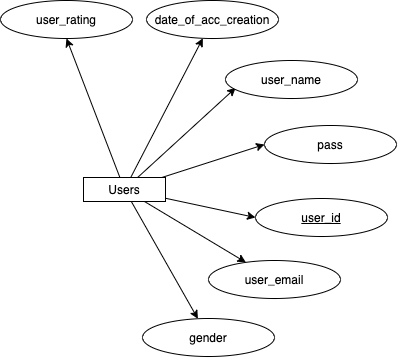
The draw.io diagram ER_diag.png in SiddharthVarshney/progressive-proj, before a commit. Source tidied: cells renumbered, new cells last; positions are measured from the earlier drawing's top-left corner, leaving out a move shared by most shapes.
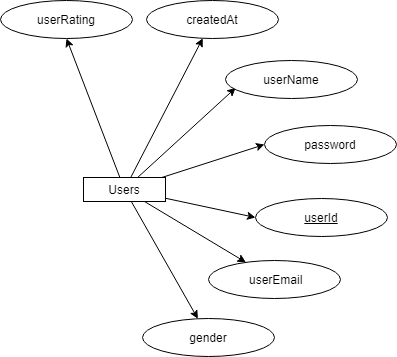
The same diagram one commit later.

What changed in the source:
```diff
@@ -26,25 +26,25 @@
     <mxCell id="9" value="Users" style="rounded=0;whiteSpace=wrap;html=1;" parent="1" vertex="1">
       <mxGeometry x="83" y="177" width="82" height="24" as="geometry" />
     </mxCell>
-    <mxCell id="10" value="user_name" style="ellipse;whiteSpace=wrap;html=1;" parent="1" vertex="1">
+    <mxCell id="10" value="userName" style="ellipse;whiteSpace=wrap;html=1;" parent="1" vertex="1">
       <mxGeometry x="225" y="60" width="132" height="38" as="geometry" />
     </mxCell>
-    <mxCell id="11" value="pass" style="ellipse;whiteSpace=wrap;html=1;" parent="1" vertex="1">
+    <mxCell id="11" value="password" style="ellipse;whiteSpace=wrap;html=1;" parent="1" vertex="1">
       <mxGeometry x="264" y="125" width="132" height="38" as="geometry" />
     </mxCell>
-    <mxCell id="12" value="&lt;u&gt;user_id&lt;/u&gt;" style="ellipse;whiteSpace=wrap;html=1;" parent="1" vertex="1">
+    <mxCell id="12" value="&lt;u&gt;userId&lt;/u&gt;" style="ellipse;whiteSpace=wrap;html=1;" parent="1" vertex="1">
       <mxGeometry x="255" y="198" width="132" height="38" as="geometry" />
     </mxCell>
-    <mxCell id="13" value="date_of_acc_creation" style="ellipse;whiteSpace=wrap;html=1;" parent="1" vertex="1">
+    <mxCell id="13" value="createdAt" style="ellipse;whiteSpace=wrap;html=1;" parent="1" vertex="1">
       <mxGeometry x="146" width="132" height="38" as="geometry" />
     </mxCell>
-    <mxCell id="14" value="user_email" style="ellipse;whiteSpace=wrap;html=1;" parent="1" vertex="1">
+    <mxCell id="14" value="&amp;nbsp;userEmail" style="ellipse;whiteSpace=wrap;html=1;" parent="1" vertex="1">
       <mxGeometry x="208" y="260" width="132" height="38" as="geometry" />
     </mxCell>
     <mxCell id="15" value="gender&lt;br&gt;" style="ellipse;whiteSpace=wrap;html=1;" parent="1" vertex="1">
       <mxGeometry x="142" y="318" width="132" height="38" as="geometry" />
     </mxCell>
-    <mxCell id="16" value="user_rating" style="ellipse;whiteSpace=wrap;html=1;" parent="1" vertex="1">
+    <mxCell id="16" value="userRating" style="ellipse;whiteSpace=wrap;html=1;" parent="1" vertex="1">
       <mxGeometry width="132" height="38" as="geometry" />
     </mxCell>
   </root>
```
